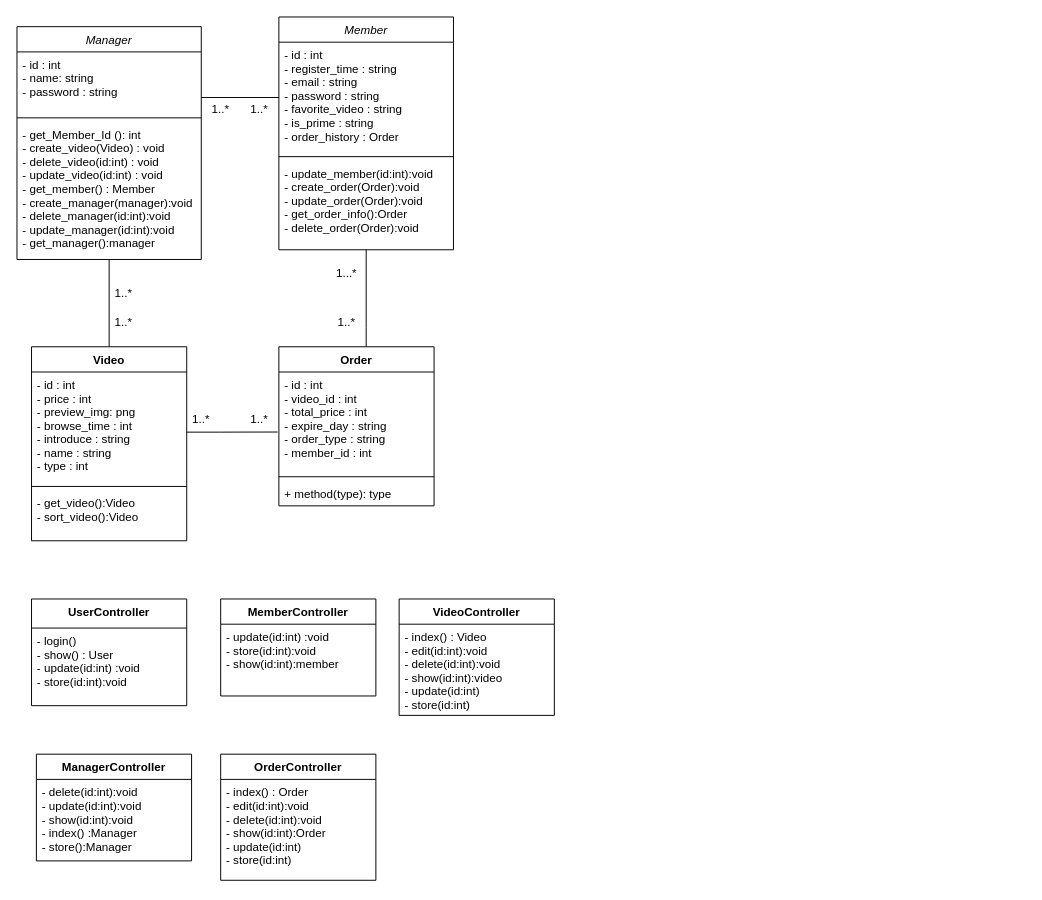
The draw.io diagram Untitled Diagram.drawio in kevinjone25/SA, before the edit. Source tidied: cells renumbered, new cells numbered last; positions are measured from the earlier drawing's top-left corner, leaving out a move shared by most shapes. Both pictures are drawn from the tidied source at 97%, with x=0, y=0 at pixel (16, 16).
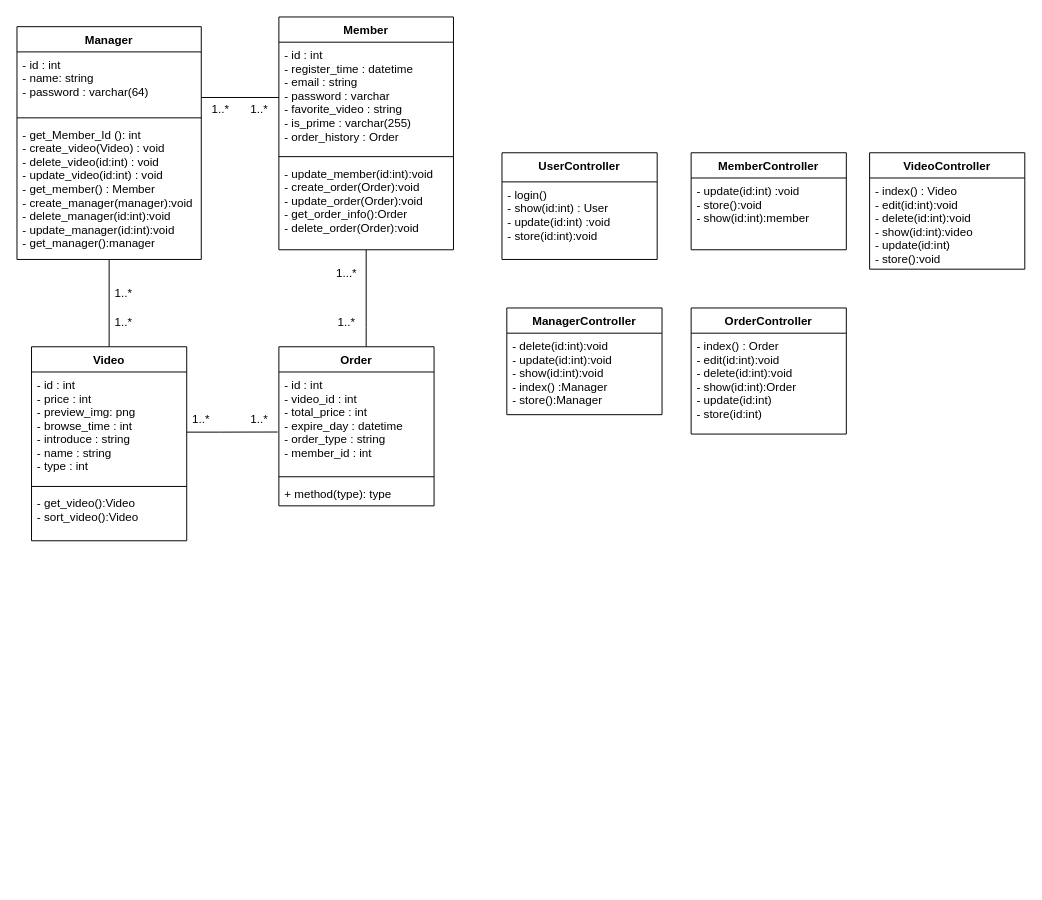
After the change.

Unchanged cells that the change refers to:
```xml
<mxCell id="8" value="Order" style="swimlane;fontStyle=1;align=center;verticalAlign=top;horizontal=1;startSize=26;" parent="1" vertex="1">
  <mxGeometry x="270" y="340" width="160" height="164" as="geometry" />
</mxCell>
```

What changed in the source:
```diff
@@
-    <mxCell id="3" value="Member" style="swimlane;fontStyle=2;align=center;verticalAlign=top;horizontal=1;startSize=26;rounded=0;shadow=0;strokeWidth=1;" parent="1" vertex="1">
+    <mxCell id="3" value="Member" style="swimlane;fontStyle=1;align=center;verticalAlign=top;horizontal=1;startSize=26;rounded=0;shadow=0;strokeWidth=1;" parent="1" vertex="1">
       <mxGeometry x="270" width="180" height="240" as="geometry" />
     </mxCell>
-    <mxCell id="4" value="- id : int&#10;- register_time : string&#10;- email : string&#10;- password : string&#10;- favorite_video : string &#10;- is_prime : string&#10;- order_history : Order&#10;" style="text;align=left;verticalAlign=top;spacingLeft=4;spacingRight=4;overflow=hidden;points=[[0,0.5],[1,0.5]];portConstraint=eastwest;" parent="3" vertex="1">
+    <mxCell id="4" value="- id : int&#10;- register_time : datetime&#10;- email : string&#10;- password : varchar&#10;- favorite_video : string &#10;- is_prime : varchar(255)&#10;- order_history : Order&#10;" style="text;align=left;verticalAlign=top;spacingLeft=4;spacingRight=4;overflow=hidden;points=[[0,0.5],[1,0.5]];portConstraint=eastwest;" parent="3" vertex="1">
       <mxGeometry y="26" width="180" height="114" as="geometry" />
     </mxCell>
@@
-    <mxCell id="9" value="- id : int&#10;- video_id : int&#10;- total_price : int&#10;- expire_day : string&#10;- order_type : string&#10;- member_id : int" style="text;strokeColor=none;fillColor=none;align=left;verticalAlign=top;spacingLeft=4;spacingRight=4;overflow=hidden;points=[[0,0.5],[1,0.5]];portConstraint=eastwest;" parent="8" vertex="1">
+    <mxCell id="9" value="- id : int&#10;- video_id : int&#10;- total_price : int&#10;- expire_day : datetime&#10;- order_type : string&#10;- member_id : int" style="text;strokeColor=none;fillColor=none;align=left;verticalAlign=top;spacingLeft=4;spacingRight=4;overflow=hidden;points=[[0,0.5],[1,0.5]];portConstraint=eastwest;" parent="8" vertex="1">
       <mxGeometry y="26" width="160" height="104" as="geometry" />
     </mxCell>
@@
-    <mxCell id="13" value="Manager" style="swimlane;fontStyle=2;align=center;verticalAlign=top;horizontal=1;startSize=26;rounded=0;shadow=0;strokeWidth=1;" parent="1" vertex="1">
+    <mxCell id="13" value="Manager" style="swimlane;fontStyle=1;align=center;verticalAlign=top;horizontal=1;startSize=26;rounded=0;shadow=0;strokeWidth=1;" parent="1" vertex="1">
       <mxGeometry y="10" width="190" height="240" as="geometry" />
     </mxCell>
-    <mxCell id="14" value="- id : int&#10;- name: string&#10;- password : string &#10;" style="text;align=left;verticalAlign=top;spacingLeft=4;spacingRight=4;overflow=hidden;points=[[0,0.5],[1,0.5]];portConstraint=eastwest;" parent="13" vertex="1">
+    <mxCell id="14" value="- id : int&#10;- name: string&#10;- password : varchar(64) &#10;" style="text;align=left;verticalAlign=top;spacingLeft=4;spacingRight=4;overflow=hidden;points=[[0,0.5],[1,0.5]];portConstraint=eastwest;" parent="13" vertex="1">
       <mxGeometry y="26" width="190" height="64" as="geometry" />
     </mxCell>
@@
     <mxCell id="30" value="UserController" style="swimlane;fontStyle=1;align=center;verticalAlign=top;horizontal=1;startSize=30;" parent="1" vertex="1">
-      <mxGeometry x="15" y="600" width="160" height="110" as="geometry" />
+      <mxGeometry x="500" y="140" width="160" height="110" as="geometry" />
     </mxCell>
-    <mxCell id="31" value="- login()&#10;- show() : User&#10;- update(id:int) :void&#10;- store(id:int):void&#10;&#10;" style="text;strokeColor=none;fillColor=none;align=left;verticalAlign=top;spacingLeft=4;spacingRight=4;overflow=hidden;" parent="30" vertex="1">
+    <mxCell id="31" value="- login()&#10;- show(id:int) : User&#10;- update(id:int) :void&#10;- store(id:int):void&#10;&#10;" style="text;strokeColor=none;fillColor=none;align=left;verticalAlign=top;spacingLeft=4;spacingRight=4;overflow=hidden;" parent="30" vertex="1">
       <mxGeometry y="30" width="160" height="80" as="geometry" />
     </mxCell>
     <mxCell id="32" value="MemberController" style="swimlane;fontStyle=1;align=center;verticalAlign=top;horizontal=1;startSize=26;" parent="1" vertex="1">
-      <mxGeometry x="210" y="600" width="160" height="100" as="geometry" />
+      <mxGeometry x="695" y="140" width="160" height="100" as="geometry" />
     </mxCell>
-    <mxCell id="33" value="- update(id:int) :void&#10;- store(id:int):void&#10;- show(id:int):member&#10;" style="text;strokeColor=none;fillColor=none;align=left;verticalAlign=top;spacingLeft=4;spacingRight=4;overflow=hidden;" parent="32" vertex="1">
+    <mxCell id="33" value="- update(id:int) :void&#10;- store():void&#10;- show(id:int):member&#10;" style="text;strokeColor=none;fillColor=none;align=left;verticalAlign=top;spacingLeft=4;spacingRight=4;overflow=hidden;" parent="32" vertex="1">
       <mxGeometry y="26" width="160" height="74" as="geometry" />
     </mxCell>
     <mxCell id="34" value="VideoController" style="swimlane;fontStyle=1;align=center;verticalAlign=top;horizontal=1;startSize=26;" parent="1" vertex="1">
-      <mxGeometry x="394" y="600" width="160" height="120" as="geometry" />
+      <mxGeometry x="879" y="140" width="160" height="120" as="geometry" />
     </mxCell>
-    <mxCell id="35" value="- index() : Video&#10;- edit(id:int):void&#10;- delete(id:int):void&#10;- show(id:int):video&#10;- update(id:int)&#10;- store(id:int)" style="text;strokeColor=none;fillColor=none;align=left;verticalAlign=top;spacingLeft=4;spacingRight=4;overflow=hidden;" parent="34" vertex="1">
+    <mxCell id="35" value="- index() : Video&#10;- edit(id:int):void&#10;- delete(id:int):void&#10;- show(id:int):video&#10;- update(id:int)&#10;- store():void" style="text;strokeColor=none;fillColor=none;align=left;verticalAlign=top;spacingLeft=4;spacingRight=4;overflow=hidden;" parent="34" vertex="1">
       <mxGeometry y="26" width="160" height="94" as="geometry" />
     </mxCell>
     <mxCell id="36" value="ManagerController" style="swimlane;fontStyle=1;align=center;verticalAlign=top;horizontal=1;startSize=26;" parent="1" vertex="1">
-      <mxGeometry x="20" y="760" width="160" height="110" as="geometry" />
+      <mxGeometry x="505" y="300" width="160" height="110" as="geometry" />
     </mxCell>
@@
     <mxCell id="38" value="OrderController" style="swimlane;fontStyle=1;align=center;verticalAlign=top;horizontal=1;startSize=26;" parent="1" vertex="1">
-      <mxGeometry x="210" y="760" width="160" height="130" as="geometry" />
+      <mxGeometry x="695" y="300" width="160" height="130" as="geometry" />
     </mxCell>
```
